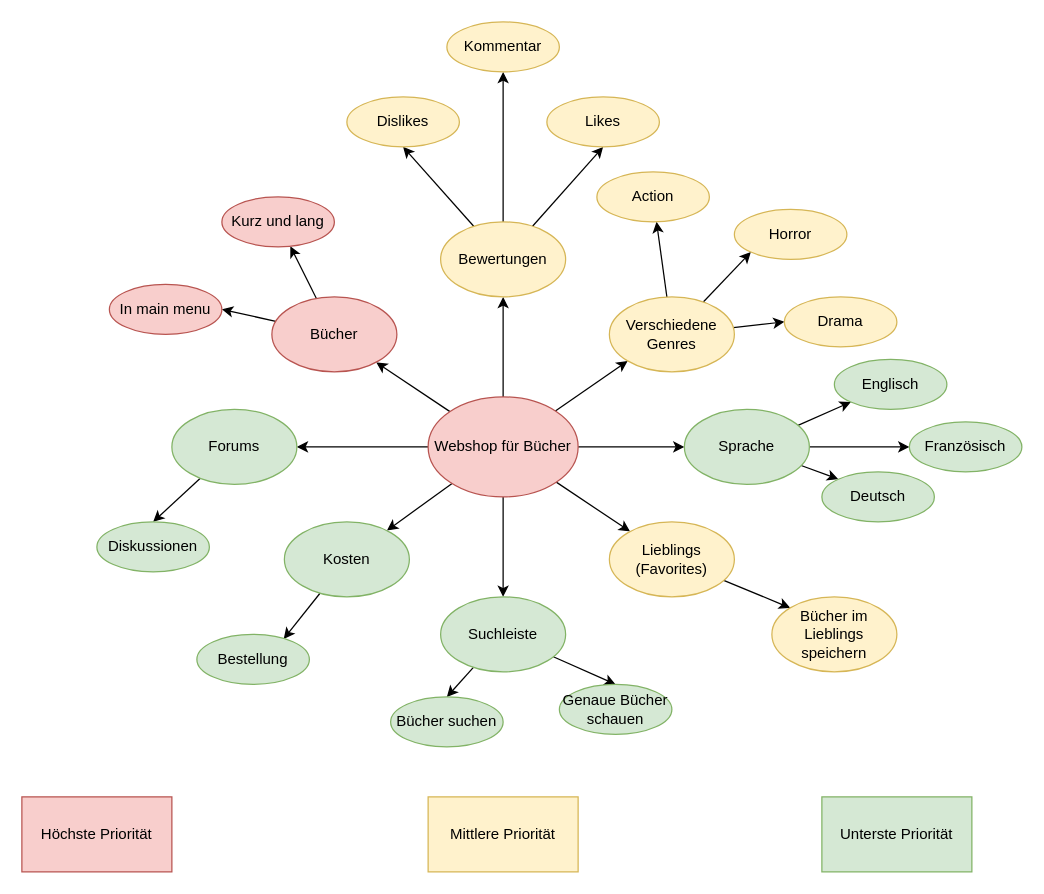
This is Ressourcen/ProjektIdee.drawio from EthanUltra/LB-Projekt-M294-295_Ethan-Shrestha, a draw.io file, before an edit. Source tidied: cells renumbered, new cells numbered last; positions are measured from the earlier drawing's top-left corner, leaving out a move shared by most shapes. Both pictures are drawn from the tidied source at 125%, with x=0, y=0 at pixel (21, 21).
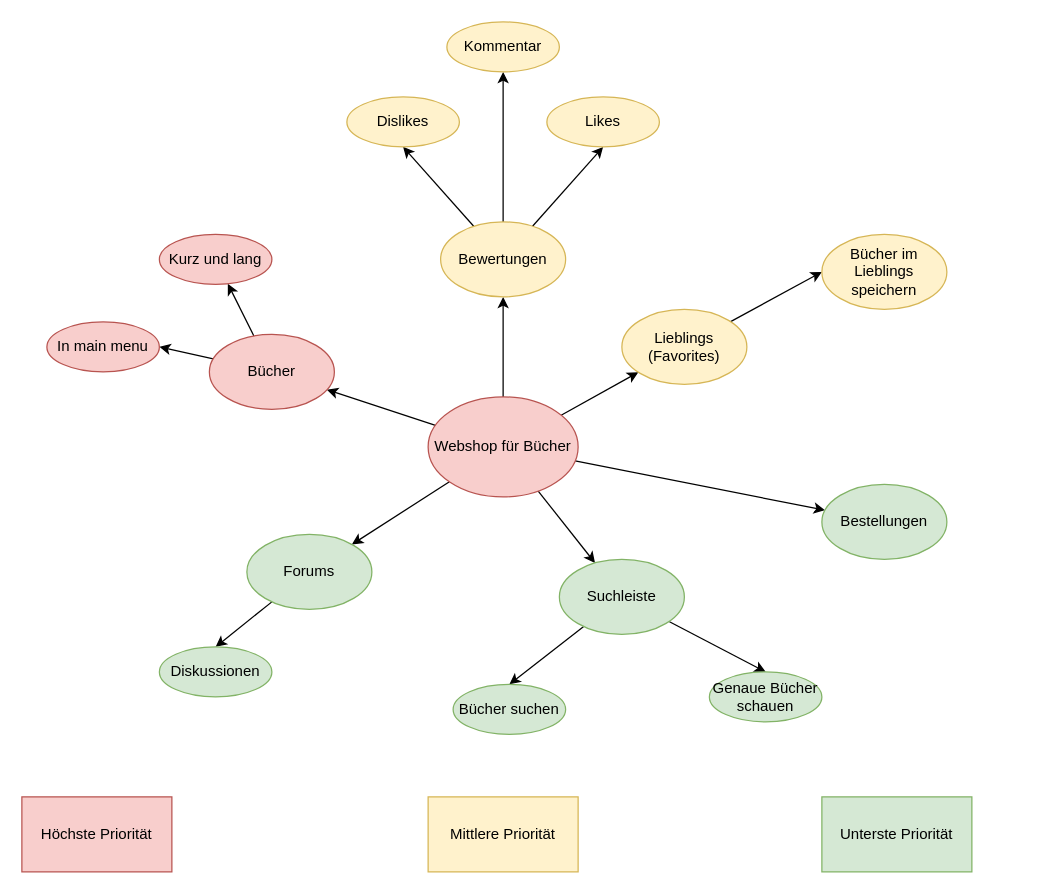
Above is the later version.

Unchanged cells that the change refers to:
```xml
<mxCell id="10" value="Webshop für Bücher" style="ellipse;whiteSpace=wrap;html=1;fillColor=#f8cecc;strokeColor=#b85450;" parent="1" vertex="1">
  <mxGeometry x="325" y="300" width="120" height="80" as="geometry" />
</mxCell>
```

What changed in the source:
```diff
@@
-    <mxCell id="3" style="rounded=0;jettySize=auto;html=1;entryX=0;entryY=1;entryDx=0;entryDy=0;" parent="1" edge="1" source="10" target="18">
-      <mxGeometry relative="1" as="geometry" />
-    </mxCell>
-    <mxCell id="4" style="edgeStyle=none;rounded=0;jettySize=auto;html=1;" parent="1" edge="1" source="10" target="22">
-      <mxGeometry relative="1" as="geometry" />
-    </mxCell>
@@
-    <mxCell id="7" style="edgeStyle=none;rounded=0;jettySize=auto;html=1;" parent="1" edge="1" source="10" target="29">
-      <mxGeometry relative="1" as="geometry" />
-    </mxCell>
@@
+    <mxCell id="54" style="rounded=0;jettySize=auto;html=1;" parent="1" edge="1" source="10" target="55">
+      <mxGeometry relative="1" as="geometry" />
+    </mxCell>
@@
-    <mxCell id="15" style="edgeStyle=none;rounded=0;jettySize=auto;html=1;" parent="1" edge="1" source="18" target="35">
-      <mxGeometry relative="1" as="geometry" />
-    </mxCell>
-    <mxCell id="16" style="edgeStyle=none;rounded=0;jettySize=auto;html=1;entryX=0;entryY=1;entryDx=0;entryDy=0;" parent="1" edge="1" source="18" target="36">
-      <mxGeometry relative="1" as="geometry" />
-    </mxCell>
-    <mxCell id="17" style="edgeStyle=none;rounded=0;jettySize=auto;html=1;entryX=0;entryY=0.5;entryDx=0;entryDy=0;" parent="1" edge="1" source="18" target="37">
-      <mxGeometry relative="1" as="geometry" />
-    </mxCell>
-    <mxCell id="18" value="Verschiedene Genres" style="ellipse;whiteSpace=wrap;html=1;fillColor=#fff2cc;strokeColor=#d6b656;" parent="1" vertex="1">
-      <mxGeometry x="470" y="220" width="100" height="60" as="geometry" />
-    </mxCell>
-    <mxCell id="19" style="edgeStyle=none;rounded=0;jettySize=auto;html=1;entryX=0;entryY=1;entryDx=0;entryDy=0;" parent="1" edge="1" source="22" target="38">
-      <mxGeometry relative="1" as="geometry" />
-    </mxCell>
-    <mxCell id="20" style="edgeStyle=none;rounded=0;jettySize=auto;html=1;entryX=0;entryY=0;entryDx=0;entryDy=0;" parent="1" edge="1" source="22" target="39">
-      <mxGeometry relative="1" as="geometry" />
-    </mxCell>
-    <mxCell id="21" style="edgeStyle=none;rounded=0;jettySize=auto;html=1;" parent="1" edge="1" source="22" target="40">
-      <mxGeometry relative="1" as="geometry" />
-    </mxCell>
-    <mxCell id="22" value="Sprache" style="ellipse;whiteSpace=wrap;html=1;fillColor=#d5e8d4;strokeColor=#82b366;" parent="1" vertex="1">
-      <mxGeometry x="530" y="310" width="100" height="60" as="geometry" />
-    </mxCell>
-    <mxCell id="23" style="edgeStyle=none;rounded=0;jettySize=auto;html=1;entryX=0;entryY=0;entryDx=0;entryDy=0;" parent="1" edge="1" source="24" target="48">
+    <mxCell id="23" style="edgeStyle=none;rounded=0;jettySize=auto;html=1;entryX=0;entryY=0.5;entryDx=0;entryDy=0;" parent="1" edge="1" source="24" target="48">
       <mxGeometry relative="1" as="geometry" />
     </mxCell>
     <mxCell id="24" value="Lieblings (Favorites)" style="ellipse;whiteSpace=wrap;html=1;fillColor=#fff2cc;strokeColor=#d6b656;" parent="1" vertex="1">
-      <mxGeometry x="470" y="400" width="100" height="60" as="geometry" />
+      <mxGeometry x="480" y="230" width="100" height="60" as="geometry" />
     </mxCell>
@@
     <mxCell id="27" value="Suchleiste" style="ellipse;whiteSpace=wrap;html=1;fillColor=#d5e8d4;strokeColor=#82b366;" parent="1" vertex="1">
-      <mxGeometry x="335" y="460" width="100" height="60" as="geometry" />
+      <mxGeometry x="430" y="430" width="100" height="60" as="geometry" />
     </mxCell>
-    <mxCell id="28" style="edgeStyle=none;rounded=0;jettySize=auto;html=1;entryX=0.772;entryY=0.091;entryDx=0;entryDy=0;entryPerimeter=0;" parent="1" edge="1" source="29" target="41">
-      <mxGeometry relative="1" as="geometry" />
-    </mxCell>
-    <mxCell id="29" value="Kosten" style="ellipse;whiteSpace=wrap;html=1;fillColor=#d5e8d4;strokeColor=#82b366;" parent="1" vertex="1">
-      <mxGeometry x="210" y="400" width="100" height="60" as="geometry" />
-    </mxCell>
@@
     <mxCell id="31" value="Forums" style="ellipse;whiteSpace=wrap;html=1;fillColor=#d5e8d4;strokeColor=#82b366;" parent="1" vertex="1">
-      <mxGeometry x="120" y="310" width="100" height="60" as="geometry" />
+      <mxGeometry x="180" y="410" width="100" height="60" as="geometry" />
     </mxCell>
@@
     <mxCell id="34" value="Bücher" style="ellipse;whiteSpace=wrap;html=1;fillColor=#f8cecc;strokeColor=#b85450;" parent="1" vertex="1">
-      <mxGeometry x="200" y="220" width="100" height="60" as="geometry" />
+      <mxGeometry x="150" y="250" width="100" height="60" as="geometry" />
     </mxCell>
-    <mxCell id="35" value="Action" style="ellipse;whiteSpace=wrap;html=1;fillColor=#fff2cc;strokeColor=#d6b656;" parent="1" vertex="1">
-      <mxGeometry x="460" y="120" width="90" height="40" as="geometry" />
-    </mxCell>
-    <mxCell id="36" value="Horror" style="ellipse;whiteSpace=wrap;html=1;fillColor=#fff2cc;strokeColor=#d6b656;" parent="1" vertex="1">
-      <mxGeometry x="570" y="150" width="90" height="40" as="geometry" />
-    </mxCell>
-    <mxCell id="37" value="Drama" style="ellipse;whiteSpace=wrap;html=1;fillColor=#fff2cc;strokeColor=#d6b656;" parent="1" vertex="1">
-      <mxGeometry x="610" y="220" width="90" height="40" as="geometry" />
-    </mxCell>
-    <mxCell id="38" value="Englisch" style="ellipse;whiteSpace=wrap;html=1;fillColor=#d5e8d4;strokeColor=#82b366;" parent="1" vertex="1">
-      <mxGeometry x="650" y="270" width="90" height="40" as="geometry" />
-    </mxCell>
-    <mxCell id="39" value="Deutsch" style="ellipse;whiteSpace=wrap;html=1;fillColor=#d5e8d4;strokeColor=#82b366;" parent="1" vertex="1">
-      <mxGeometry x="640" y="360" width="90" height="40" as="geometry" />
-    </mxCell>
-    <mxCell id="40" value="Französisch" style="ellipse;whiteSpace=wrap;html=1;fillColor=#d5e8d4;strokeColor=#82b366;" parent="1" vertex="1">
-      <mxGeometry x="710" y="320" width="90" height="40" as="geometry" />
-    </mxCell>
-    <mxCell id="41" value="Bestellung" style="ellipse;whiteSpace=wrap;html=1;fillColor=#d5e8d4;strokeColor=#82b366;" parent="1" vertex="1">
-      <mxGeometry x="140" y="490" width="90" height="40" as="geometry" />
-    </mxCell>
@@
     <mxCell id="45" value="Bücher suchen" style="ellipse;whiteSpace=wrap;html=1;fillColor=#d5e8d4;strokeColor=#82b366;" parent="1" vertex="1">
-      <mxGeometry x="295" y="540" width="90" height="40" as="geometry" />
+      <mxGeometry x="345" y="530" width="90" height="40" as="geometry" />
     </mxCell>
     <mxCell id="46" value="Genaue Bücher schauen" style="ellipse;whiteSpace=wrap;html=1;fillColor=#d5e8d4;strokeColor=#82b366;" parent="1" vertex="1">
-      <mxGeometry x="430" y="530" width="90" height="40" as="geometry" />
+      <mxGeometry x="550" y="520" width="90" height="40" as="geometry" />
     </mxCell>
     <mxCell id="47" value="Diskussionen" style="ellipse;whiteSpace=wrap;html=1;fillColor=#d5e8d4;strokeColor=#82b366;" parent="1" vertex="1">
-      <mxGeometry x="60" y="400" width="90" height="40" as="geometry" />
+      <mxGeometry x="110" y="500" width="90" height="40" as="geometry" />
     </mxCell>
     <mxCell id="48" value="Bücher im Lieblings speichern" style="ellipse;whiteSpace=wrap;html=1;fillColor=#fff2cc;strokeColor=#d6b656;" parent="1" vertex="1">
-      <mxGeometry x="600" y="460" width="100" height="60" as="geometry" />
+      <mxGeometry x="640" y="170" width="100" height="60" as="geometry" />
     </mxCell>
     <mxCell id="49" value="In main menu" style="ellipse;whiteSpace=wrap;html=1;fillColor=#f8cecc;strokeColor=#b85450;" parent="1" vertex="1">
-      <mxGeometry x="70" y="210" width="90" height="40" as="geometry" />
+      <mxGeometry x="20" y="240" width="90" height="40" as="geometry" />
     </mxCell>
     <mxCell id="50" value="Kurz und lang" style="ellipse;whiteSpace=wrap;html=1;fillColor=#f8cecc;strokeColor=#b85450;" parent="1" vertex="1">
-      <mxGeometry x="160" y="140" width="90" height="40" as="geometry" />
+      <mxGeometry x="110" y="170" width="90" height="40" as="geometry" />
     </mxCell>
@@
+    <mxCell id="55" value="Bestellungen" style="ellipse;whiteSpace=wrap;html=1;fillColor=#d5e8d4;strokeColor=#82b366;" parent="1" vertex="1">
+      <mxGeometry x="640" y="370" width="100" height="60" as="geometry" />
+    </mxCell>
```
